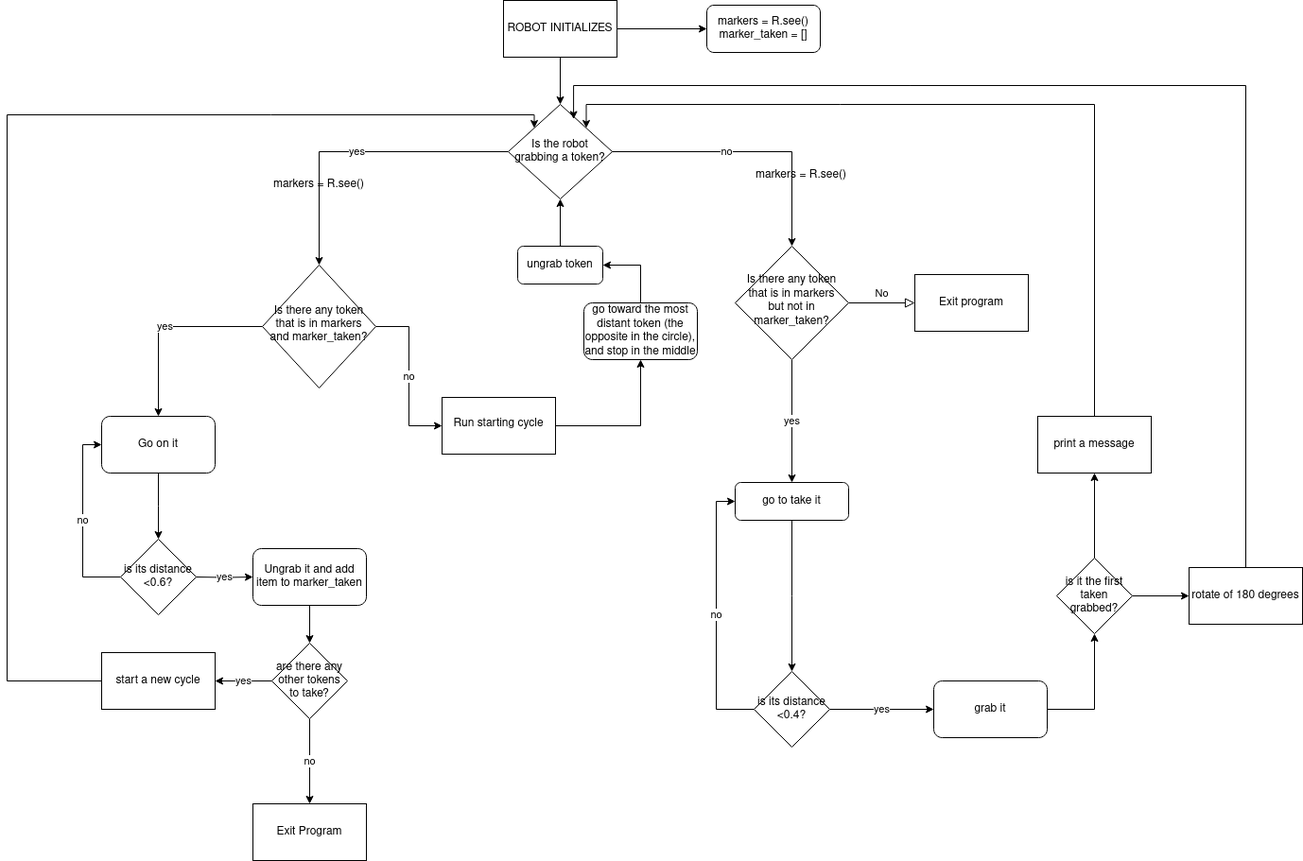
Earlier version of the draw.io export assignment1/images/Flowchart.png (leleviola/rt1). Source tidied: cells renumbered, new cells last; positions are measured from the earlier drawing's top-left corner, leaving out a move shared by most shapes.
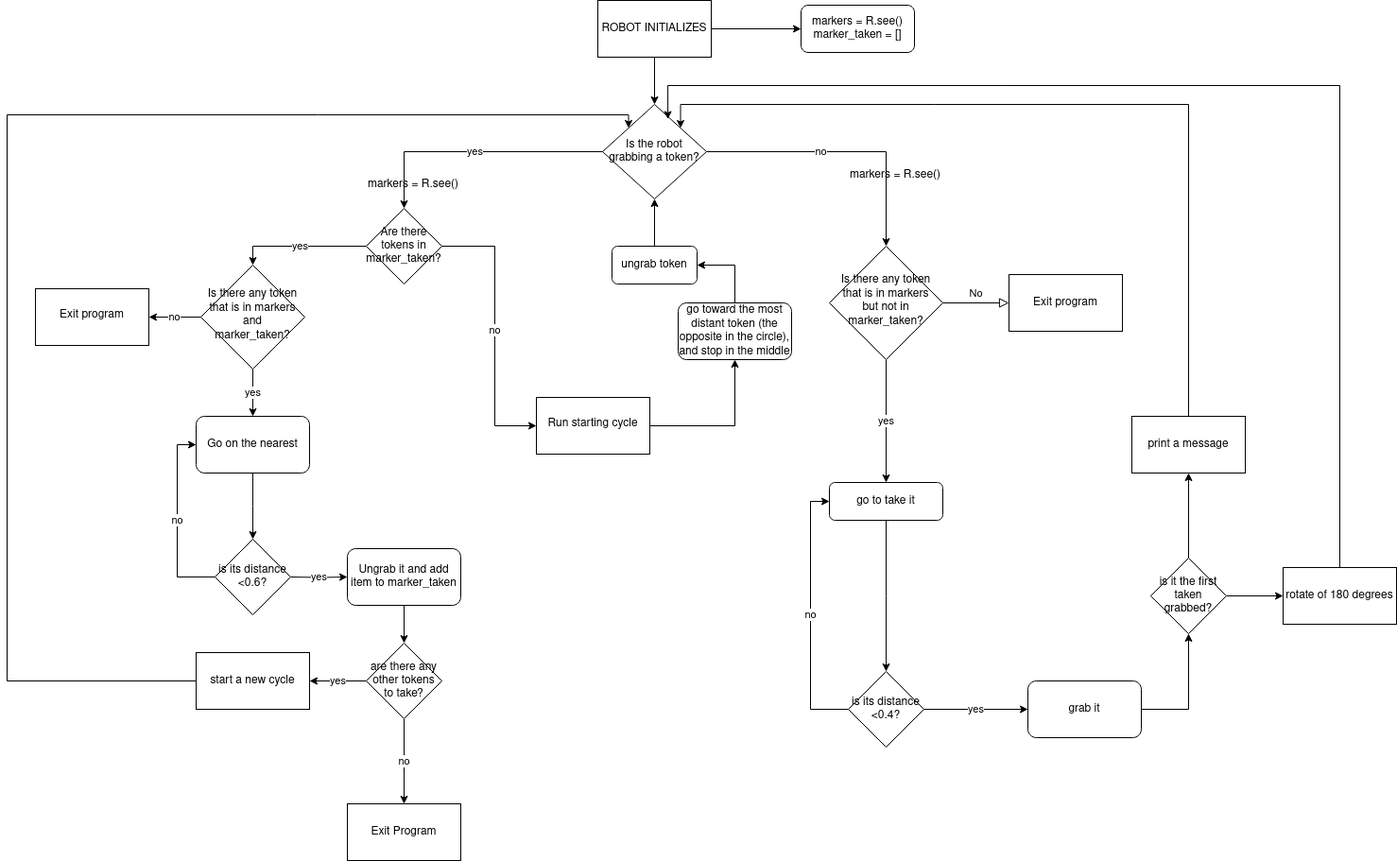
After the change.

Diff of the diagram source:
```diff
@@ -31,7 +31,7 @@
     <mxCell id="10" value="ROBOT INITIALIZES" style="rounded=0;whiteSpace=wrap;html=1;" parent="1" vertex="1">
       <mxGeometry x="525" width="120" height="60" as="geometry" />
     </mxCell>
-    <mxCell id="11" value="yes" style="edgeStyle=orthogonalEdgeStyle;rounded=0;jettySize=auto;html=1;" parent="1" edge="1" source="12" target="16">
+    <mxCell id="11" value="yes" style="edgeStyle=orthogonalEdgeStyle;rounded=0;jettySize=auto;html=1;entryX=0.5;entryY=0;entryDx=0;entryDy=0;" parent="1" edge="1" source="12" target="53">
       <mxGeometry relative="1" as="geometry" />
     </mxCell>
     <mxCell id="12" value="Is the robot grabbing a token?" style="rhombus;whiteSpace=wrap;html=1;" parent="1" vertex="1">
@@ -45,14 +45,22 @@
         </Array>
       </mxGeometry>
     </mxCell>
-    <mxCell id="14" value="no" style="edgeStyle=orthogonalEdgeStyle;rounded=0;jettySize=auto;html=1;entryX=0;entryY=0.5;entryDx=0;entryDy=0;" parent="1" edge="1" source="16" target="18">
-      <mxGeometry relative="1" as="geometry" />
+    <mxCell id="14" value="no" style="edgeStyle=orthogonalEdgeStyle;rounded=0;jettySize=auto;html=1;entryX=0;entryY=0.5;entryDx=0;entryDy=0;exitX=1;exitY=0.5;exitDx=0;exitDy=0;" parent="1" edge="1" source="53" target="18">
+      <mxGeometry relative="1" as="geometry">
+        <Array as="points">
+          <mxPoint x="416" y="260" />
+          <mxPoint x="416" y="450" />
+        </Array>
+      </mxGeometry>
     </mxCell>
     <mxCell id="15" value="yes" style="edgeStyle=orthogonalEdgeStyle;rounded=0;jettySize=auto;html=1;entryX=0.5;entryY=0;entryDx=0;entryDy=0;" parent="1" edge="1" source="16" target="20">
       <mxGeometry relative="1" as="geometry" />
     </mxCell>
+    <mxCell id="51" value="no" style="edgeStyle=orthogonalEdgeStyle;rounded=0;jettySize=auto;html=1;" parent="1" edge="1" source="16" target="54">
+      <mxGeometry relative="1" as="geometry" />
+    </mxCell>
     <mxCell id="16" value="Is there any token that is in markers and marker_taken?" style="rhombus;whiteSpace=wrap;html=1;shadow=0;strokeWidth=1;spacing=6;spacingTop=-4;" parent="1" vertex="1">
-      <mxGeometry x="270" y="280" width="120" height="130" as="geometry" />
+      <mxGeometry x="105" y="280" width="110" height="110" as="geometry" />
     </mxCell>
     <mxCell id="17" style="edgeStyle=orthogonalEdgeStyle;rounded=0;jettySize=auto;html=1;entryX=0.5;entryY=1;entryDx=0;entryDy=0;" parent="1" edge="1" source="18" target="26">
       <mxGeometry relative="1" as="geometry" />
@@ -65,7 +73,7 @@
         <mxPoint x="160" y="570" as="targetPoint" />
       </mxGeometry>
     </mxCell>
-    <mxCell id="20" value="Go on it" style="whiteSpace=wrap;html=1;rounded=1;" parent="1" vertex="1">
+    <mxCell id="20" value="Go on the nearest" style="whiteSpace=wrap;html=1;rounded=1;" parent="1" vertex="1">
       <mxGeometry x="100" y="440" width="120" height="60" as="geometry" />
     </mxCell>
     <mxCell id="21" value="yes" style="edgeStyle=orthogonalEdgeStyle;rounded=0;jettySize=auto;html=1;" parent="1" edge="1" target="24">
@@ -141,8 +149,8 @@
     <mxCell id="40" style="edgeStyle=orthogonalEdgeStyle;rounded=0;jettySize=auto;html=1;entryX=0;entryY=0;entryDx=0;entryDy=0;" parent="1" edge="1" source="39" target="12">
       <mxGeometry relative="1" as="geometry">
         <Array as="points">
-          <mxPoint y="720" />
-          <mxPoint y="121" />
+          <mxPoint x="-100" y="720" />
+          <mxPoint x="-100" y="121" />
           <mxPoint x="558" y="121" />
         </Array>
       </mxGeometry>
@@ -187,5 +195,14 @@
         </Array>
       </mxGeometry>
     </mxCell>
+    <mxCell id="52" value="yes" style="edgeStyle=orthogonalEdgeStyle;rounded=0;jettySize=auto;html=1;entryX=0.5;entryY=0;entryDx=0;entryDy=0;" parent="1" edge="1" source="53" target="16">
+      <mxGeometry relative="1" as="geometry" />
+    </mxCell>
+    <mxCell id="53" value="Are there tokens in marker_taken?" style="rhombus;whiteSpace=wrap;html=1;" parent="1" vertex="1">
+      <mxGeometry x="280" y="220" width="80" height="80" as="geometry" />
+    </mxCell>
+    <mxCell id="54" value="Exit program" style="whiteSpace=wrap;html=1;shadow=0;strokeWidth=1;spacing=6;spacingTop=-4;" parent="1" vertex="1">
+      <mxGeometry x="-70" y="305" width="120" height="60" as="geometry" />
+    </mxCell>
   </root>
 </mxGraphModel>
```
